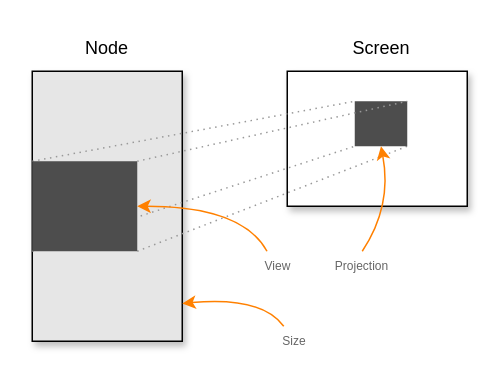
Earlier version of the draw.io diagram docs/src/assets/viewport.drawio (cortesi/canopy). Source tidied: cells renumbered, new cells numbered last; positions are measured from the earlier drawing's top-left corner, leaving out a move shared by most shapes. Both pictures are drawn from the tidied source at 150%, with x=0, y=0 at pixel (32, 26).
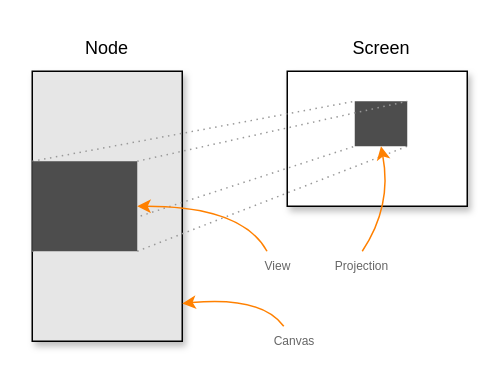
The same diagram, later.

Change to the diagram source:
```diff
@@
-    <mxCell id="17" value="Size" style="text;html=1;strokeColor=none;fillColor=none;align=center;verticalAlign=middle;whiteSpace=wrap;rounded=0;fontFamily=Helvetica;fontSize=8;fontColor=#666666;" parent="1" vertex="1">
+    <mxCell id="17" value="Canvas" style="text;html=1;strokeColor=none;fillColor=none;align=center;verticalAlign=middle;whiteSpace=wrap;rounded=0;fontFamily=Helvetica;fontSize=8;fontColor=#666666;" parent="1" vertex="1">
       <mxGeometry x="160" y="200" width="30" height="20" as="geometry" />
     </mxCell>
```
